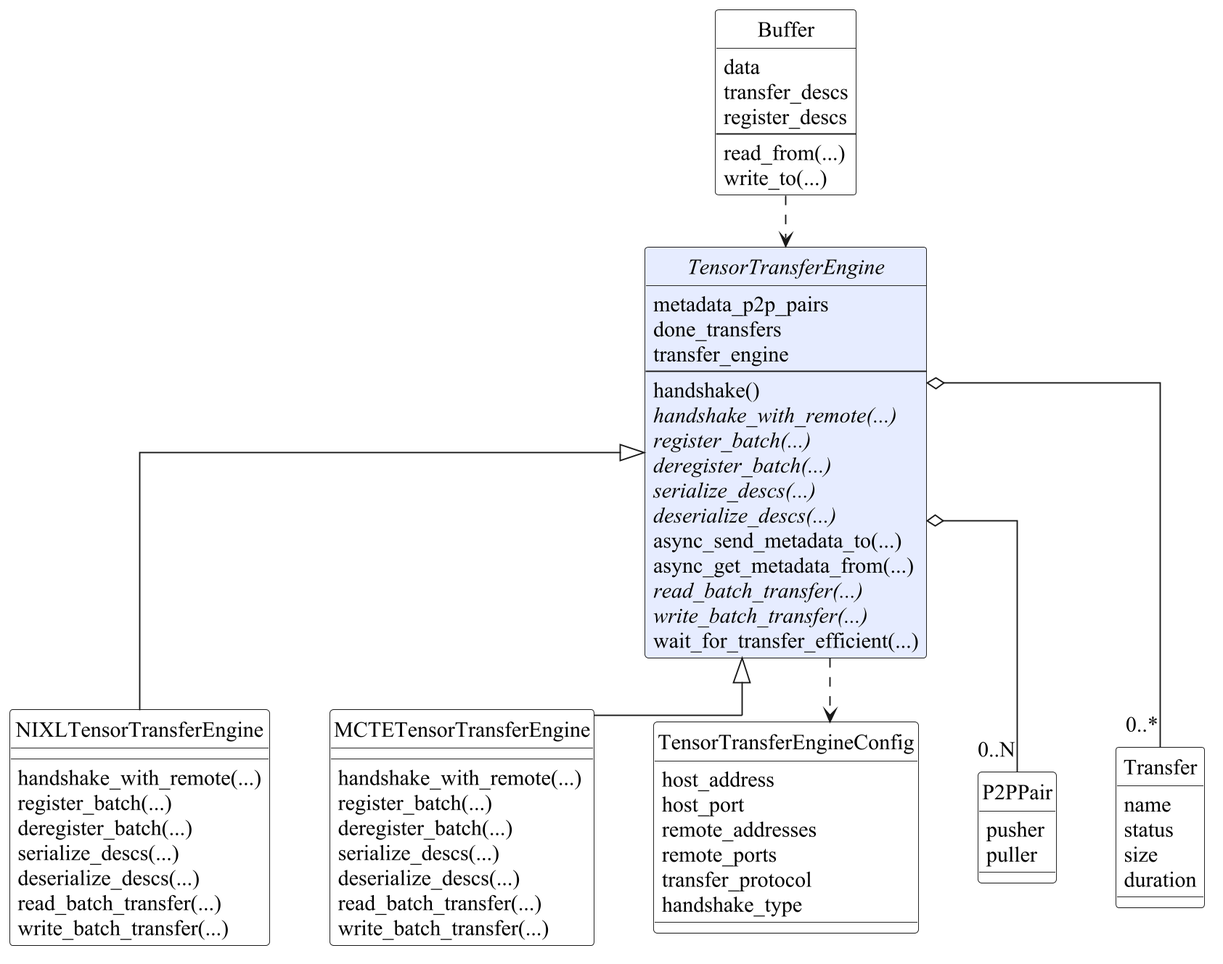
Earlier version of the PlantUML export docs/diploma/bachelor-thesis-template/diagrams/tte-class.png (slivanovich/DistributedMoE).
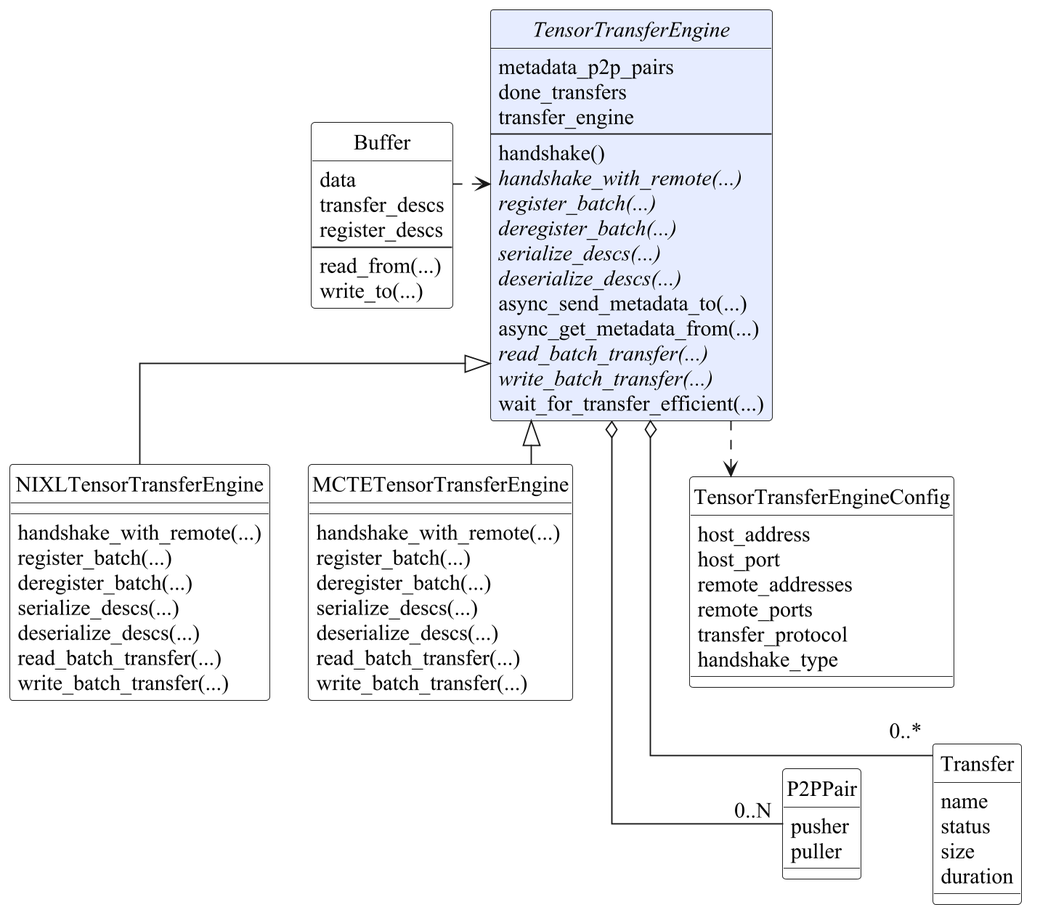
The same file after the commit.

Diff of the diagram source:
```diff
@@ -6,8 +6,8 @@
 skinparam defaultFontSize 16
 skinparam dpi 180
 skinparam linetype ortho
-skinparam nodesep 44
-skinparam ranksep 38
+skinparam nodesep 28
+skinparam ranksep 32
 hide circle
 
 top to bottom direction
@@ -87,4 +87,9 @@
 TTE o-- "0..*" Transfer
 Buffer ..> TTE
 
+Buffer -[hidden]right- TTE
+NIXL -[hidden]right- MCTE
+Config -[hidden]down- P2PPair
+P2PPair -[hidden]right- Transfer
+
 @enduml
```
